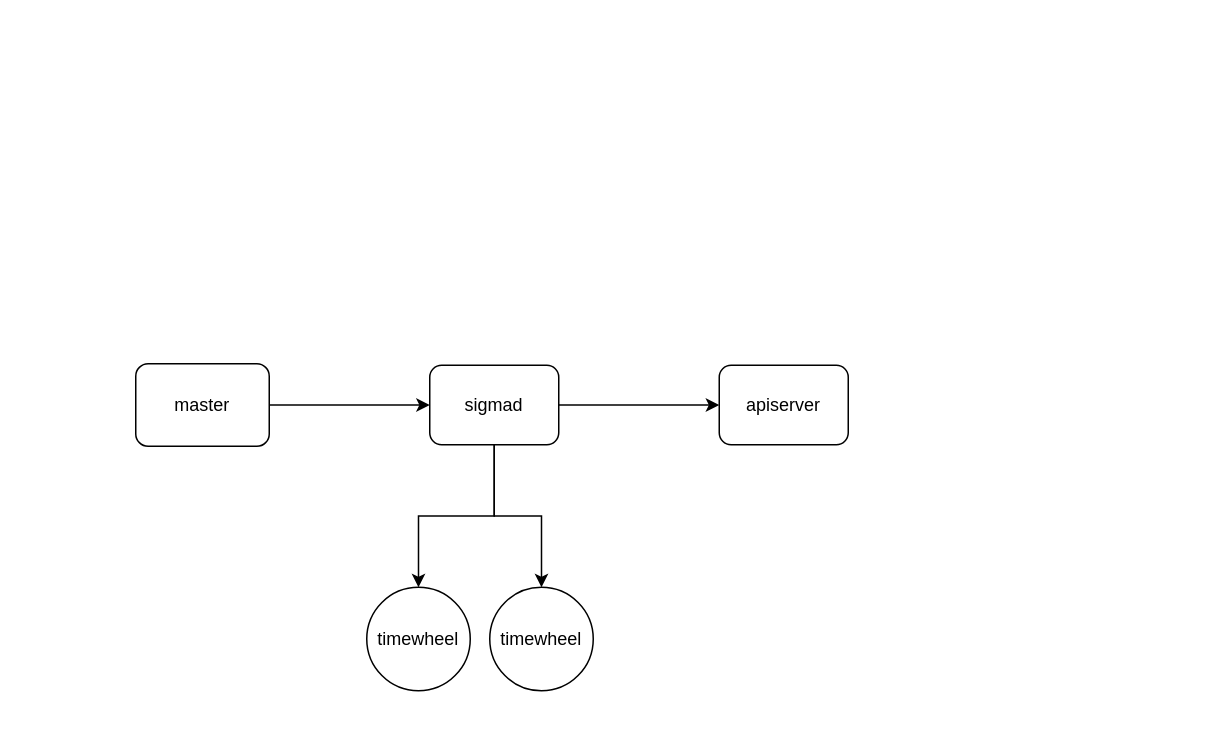
The draw.io diagram sigmax.drawio in gitcodeporter/draw-uml, before the edit. Source tidied: cells renumbered, new cells numbered last; positions are measured from the earlier drawing's top-left corner, leaving out a move shared by most shapes. Both pictures are drawn from the tidied source at 150%, with x=0, y=0 at pixel (135, 363).
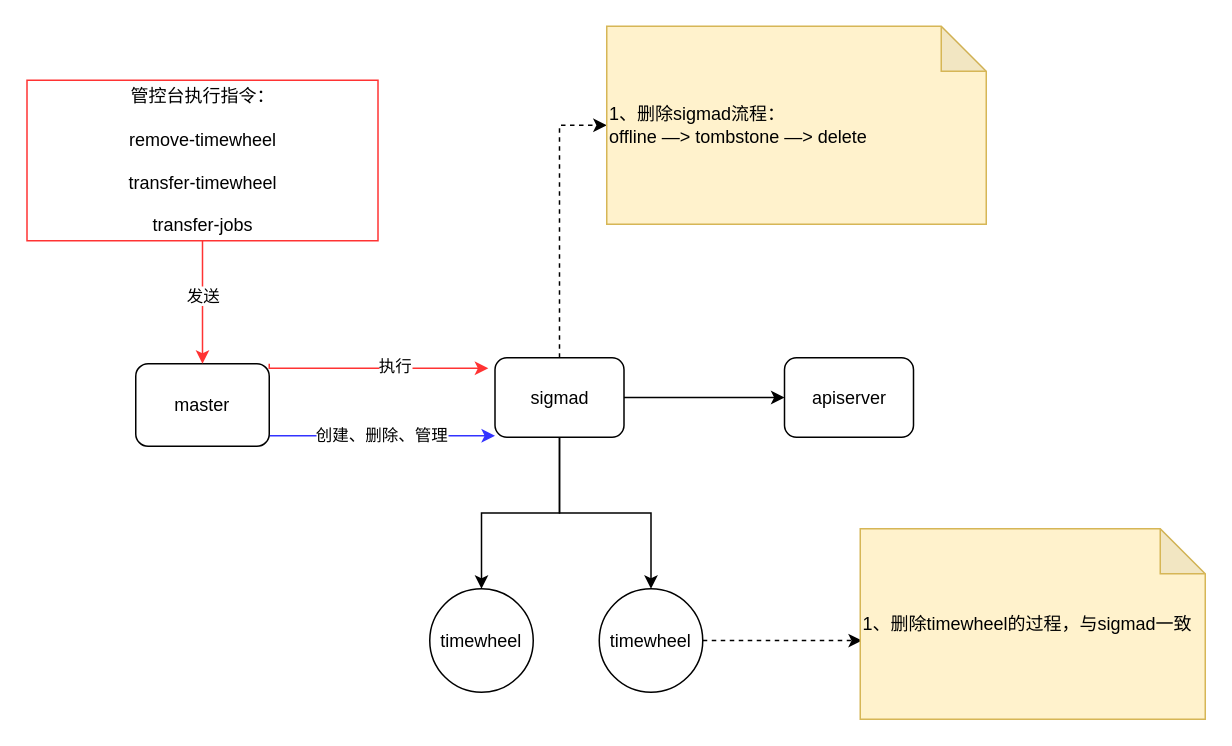
The same page after the edit.

The change refers to these unchanged cells:
```xml
<mxCell id="3" value="master" style="rounded=1;whiteSpace=wrap;html=1;" parent="1" vertex="1">
  <mxGeometry width="89" height="55" as="geometry" />
</mxCell>
```

What changed in the source:
```diff
@@
-    <mxCell id="2" style="edgeStyle=orthogonalEdgeStyle;rounded=0;jettySize=auto;html=1;" parent="1" edge="1" source="3" target="7">
-      <mxGeometry relative="1" as="geometry" />
+    <mxCell id="2" value="创建、删除、管理" style="edgeStyle=orthogonalEdgeStyle;rounded=0;jettySize=auto;html=1;strokeColor=#3333FF;" parent="1" edge="1" source="3" target="7">
+      <mxGeometry relative="1" as="geometry">
+        <Array as="points">
+          <mxPoint x="147" y="48" />
+          <mxPoint x="147" y="48" />
+        </Array>
+      </mxGeometry>
     </mxCell>
+    <mxCell id="11" style="edgeStyle=orthogonalEdgeStyle;rounded=0;jettySize=auto;html=1;exitX=1;exitY=0;exitDx=0;exitDy=0;entryX=-0.052;entryY=0.132;entryDx=0;entryDy=0;entryPerimeter=0;strokeColor=#FF3333;" parent="1" edge="1" source="3" target="7">
+      <mxGeometry relative="1" as="geometry">
+        <Array as="points">
+          <mxPoint x="89" y="3" />
+        </Array>
+      </mxGeometry>
+    </mxCell>
+    <mxCell id="12" value="执行" style="edgeLabel;html=1;align=center;verticalAlign=middle;" parent="11" vertex="1">
+      <mxGeometry x="0.17" y="1" relative="1" as="geometry" />
+    </mxCell>
@@
-    <mxCell id="5" style="edgeStyle=orthogonalEdgeStyle;rounded=0;jettySize=auto;html=1;entryX=0.5;entryY=0;entryDx=0;entryDy=0;" parent="1" edge="1" source="7" target="9">
+    <mxCell id="5" style="edgeStyle=orthogonalEdgeStyle;rounded=0;jettySize=auto;html=1;exitX=0.5;exitY=1;exitDx=0;exitDy=0;entryX=0.5;entryY=0;entryDx=0;entryDy=0;" parent="1" edge="1" source="7" target="9">
       <mxGeometry relative="1" as="geometry" />
     </mxCell>
-    <mxCell id="6" style="edgeStyle=orthogonalEdgeStyle;rounded=0;jettySize=auto;html=1;entryX=0.5;entryY=0;entryDx=0;entryDy=0;" parent="1" edge="1" source="7" target="10">
+    <mxCell id="6" style="edgeStyle=orthogonalEdgeStyle;rounded=0;jettySize=auto;html=1;entryX=0.5;entryY=0;entryDx=0;entryDy=0;strokeColor=#000000;" parent="1" edge="1" source="7" target="10">
       <mxGeometry relative="1" as="geometry" />
     </mxCell>
+    <mxCell id="13" style="edgeStyle=orthogonalEdgeStyle;rounded=0;jettySize=auto;html=1;entryX=0;entryY=0.5;entryDx=0;entryDy=0;entryPerimeter=0;dashed=1;" parent="1" edge="1" source="7" target="18">
+      <mxGeometry relative="1" as="geometry" />
+    </mxCell>
     <mxCell id="7" value="sigmad" style="rounded=1;whiteSpace=wrap;html=1;" parent="1" vertex="1">
-      <mxGeometry x="196" y="1" width="86" height="53" as="geometry" />
+      <mxGeometry x="239.5" y="-4" width="86" height="53" as="geometry" />
     </mxCell>
     <mxCell id="8" value="apiserver" style="rounded=1;whiteSpace=wrap;html=1;" parent="1" vertex="1">
-      <mxGeometry x="389" y="1" width="86" height="53" as="geometry" />
+      <mxGeometry x="432.5" y="-4" width="86" height="53" as="geometry" />
     </mxCell>
     <mxCell id="9" value="timewheel" style="ellipse;whiteSpace=wrap;html=1;" parent="1" vertex="1">
-      <mxGeometry x="154" y="149" width="69" height="69" as="geometry" />
+      <mxGeometry x="196" y="150" width="69" height="69" as="geometry" />
     </mxCell>
+    <mxCell id="14" style="edgeStyle=orthogonalEdgeStyle;rounded=0;jettySize=auto;html=1;entryX=0.005;entryY=0.587;entryDx=0;entryDy=0;entryPerimeter=0;dashed=1;strokeColor=#000000;" parent="1" edge="1" source="10" target="19">
+      <mxGeometry relative="1" as="geometry" />
+    </mxCell>
     <mxCell id="10" value="timewheel" style="ellipse;whiteSpace=wrap;html=1;" parent="1" vertex="1">
-      <mxGeometry x="236" y="149" width="69" height="69" as="geometry" />
+      <mxGeometry x="309" y="150" width="69" height="69" as="geometry" />
     </mxCell>
+    <mxCell id="15" style="edgeStyle=orthogonalEdgeStyle;rounded=0;jettySize=auto;html=1;entryX=0.5;entryY=0;entryDx=0;entryDy=0;strokeColor=#FF3333;" parent="1" edge="1" source="17" target="3">
+      <mxGeometry relative="1" as="geometry" />
+    </mxCell>
+    <mxCell id="16" value="发送" style="edgeLabel;html=1;align=center;verticalAlign=middle;" parent="15" vertex="1">
+      <mxGeometry x="-0.12" relative="1" as="geometry" />
+    </mxCell>
+    <mxCell id="17" value="管控台执行指令：&lt;br&gt;&lt;br&gt;remove-timewheel&lt;br&gt;&lt;br&gt;transfer-timewheel&lt;br&gt;&lt;br&gt;transfer-jobs" style="rounded=0;whiteSpace=wrap;html=1;strokeColor=#FF3333;" parent="1" vertex="1">
+      <mxGeometry x="-72.5" y="-189" width="234" height="107" as="geometry" />
+    </mxCell>
+    <mxCell id="18" value="1、删除sigmad流程：&lt;br&gt;offline —&amp;gt; tombstone —&amp;gt; delete" style="shape=note;whiteSpace=wrap;html=1;backgroundOutline=1;darkOpacity=0.05;fillColor=#fff2cc;strokeColor=#d6b656;align=left;" parent="1" vertex="1">
+      <mxGeometry x="314" y="-225" width="253" height="132" as="geometry" />
+    </mxCell>
+    <mxCell id="19" value="1、删除timewheel的过程，与sigmad一致" style="shape=note;whiteSpace=wrap;html=1;backgroundOutline=1;darkOpacity=0.05;strokeColor=#d6b656;fillColor=#fff2cc;align=left;" parent="1" vertex="1">
+      <mxGeometry x="483" y="110" width="230" height="127" as="geometry" />
+    </mxCell>
```
